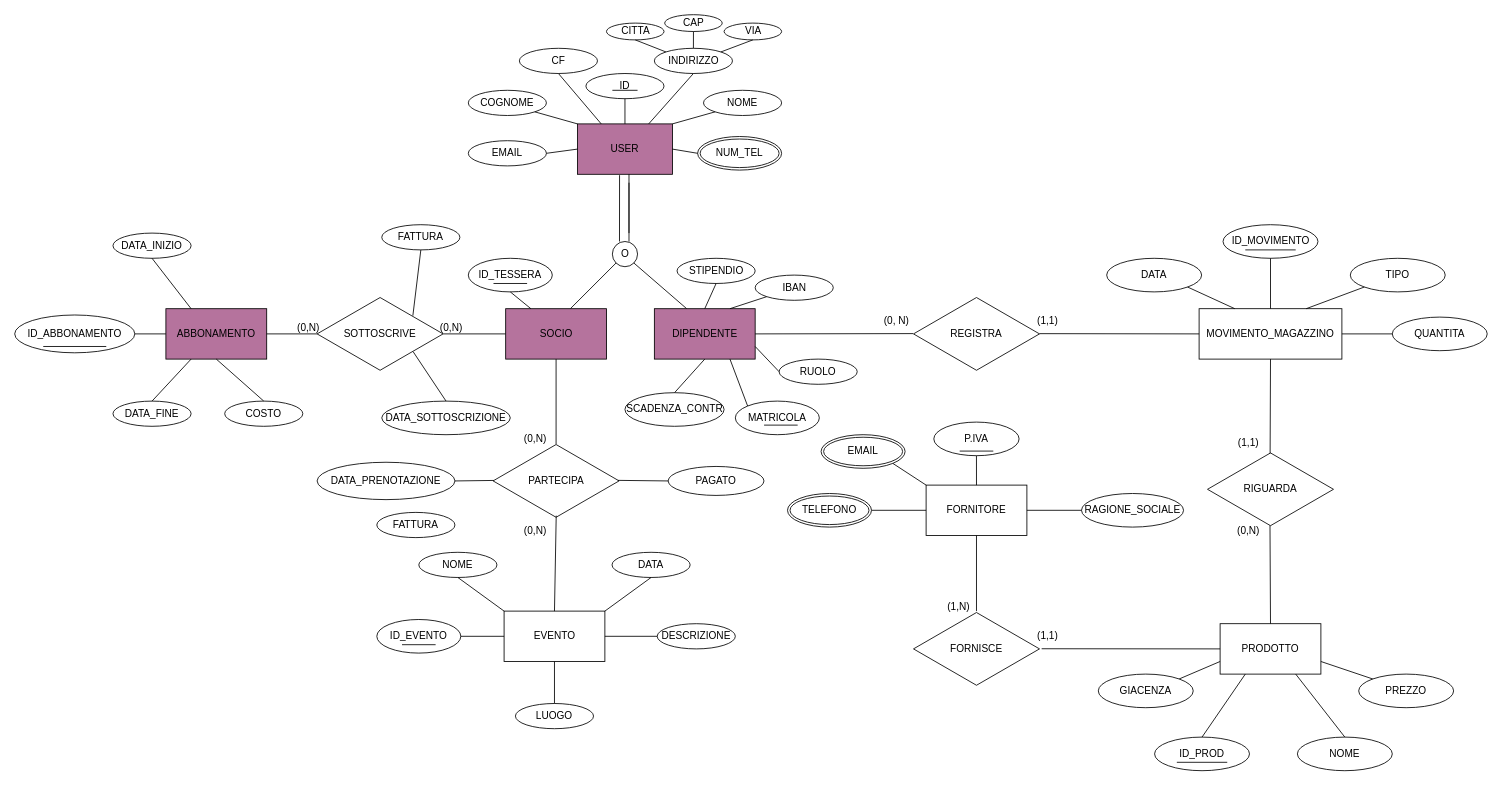
SkarmerBlad/Amet-Project keeps this draw.io diagram as GESTIONALE_AMET.drawio. Above is the earlier version. Source tidied: cells renumbered, new cells numbered last; positions are measured from the earlier drawing's top-left corner, leaving out a move shared by most shapes. Both pictures are drawn from the tidied source at 84%, with x=0, y=0 at pixel (14, 14).
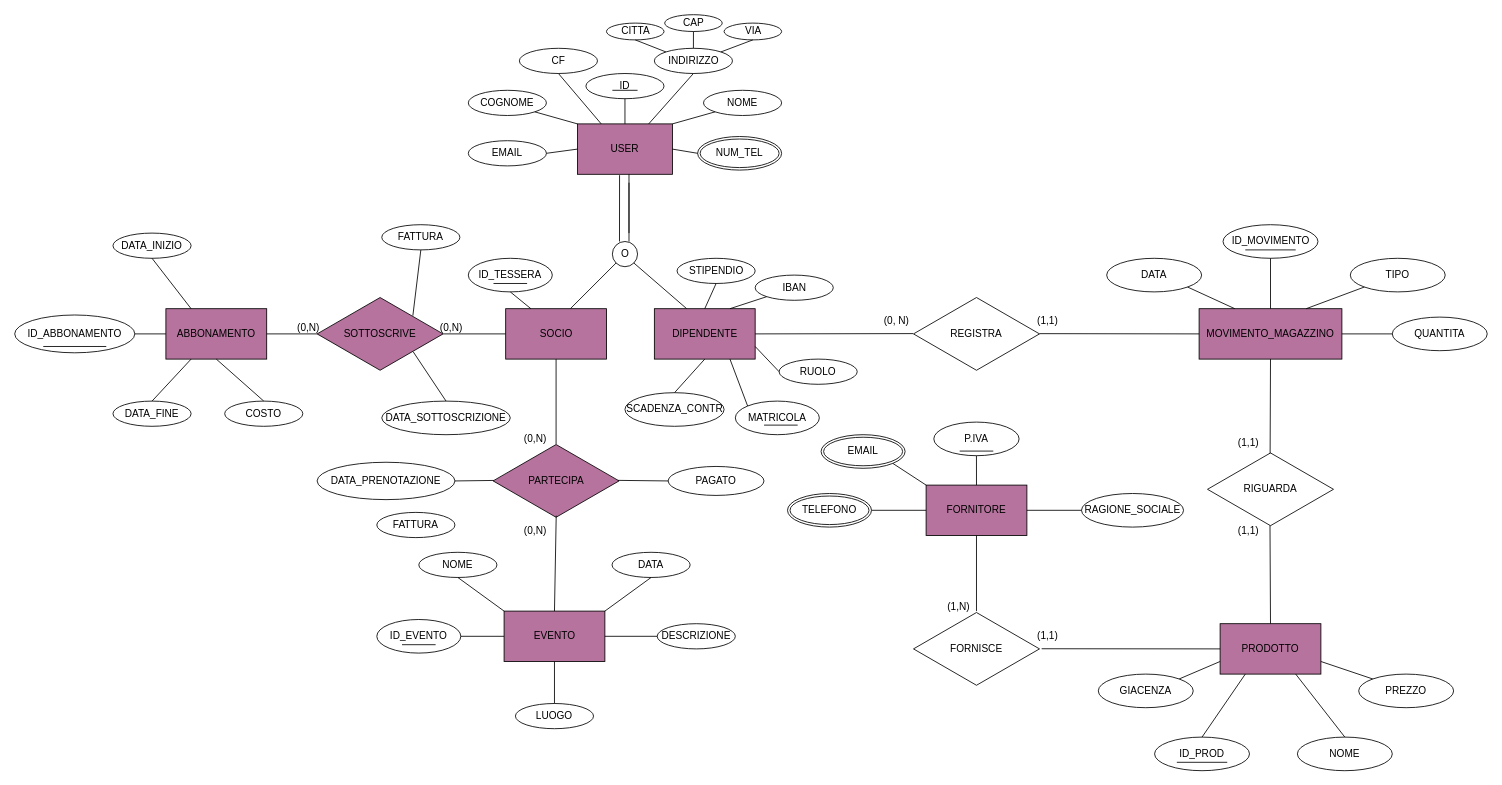
The same page after the edit.

Commit message (it also covers changes not shown here):
finito sql schema er base, da fare query operazioni

Change to the diagram source:
```diff
@@
-    <mxCell id="45" value="SOTTOSCRIVE" style="html=1;whiteSpace=wrap;shape=isoRectangle;" parent="1" vertex="1">
+    <mxCell id="45" value="SOTTOSCRIVE" style="html=1;whiteSpace=wrap;shape=isoRectangle;fillColor=#B5739D;" parent="1" vertex="1">
       <mxGeometry x="360" y="335" width="150" height="90" as="geometry" />
     </mxCell>
@@
-    <mxCell id="63" value="EVENTO" style="whiteSpace=wrap;html=1;" parent="1" vertex="1">
+    <mxCell id="63" value="EVENTO" style="whiteSpace=wrap;html=1;fillColor=#B5739D;" parent="1" vertex="1">
       <mxGeometry x="582.6" y="710" width="120" height="60" as="geometry" />
     </mxCell>
@@
-    <mxCell id="75" value="PARTECIPA" style="html=1;whiteSpace=wrap;shape=isoRectangle;" parent="1" vertex="1">
+    <mxCell id="75" value="PARTECIPA" style="html=1;whiteSpace=wrap;shape=isoRectangle;fillColor=#B5739D;" parent="1" vertex="1">
       <mxGeometry x="569.5" y="510" width="150" height="90" as="geometry" />
     </mxCell>
@@
-    <mxCell id="86" value="MOVIMENTO_MAGAZZINO" style="whiteSpace=wrap;html=1;" parent="1" vertex="1">
+    <mxCell id="86" value="MOVIMENTO_MAGAZZINO" style="whiteSpace=wrap;html=1;fillColor=#B5739D;" parent="1" vertex="1">
       <mxGeometry x="1410" y="350" width="170" height="60" as="geometry" />
     </mxCell>
@@
-    <mxCell id="101" value="PRODOTTO" style="whiteSpace=wrap;html=1;" parent="1" vertex="1">
+    <mxCell id="101" value="PRODOTTO" style="whiteSpace=wrap;html=1;fillColor=#B5739D;" parent="1" vertex="1">
       <mxGeometry x="1435" y="725" width="120" height="60" as="geometry" />
     </mxCell>
@@
-    <mxCell id="114" value="FORNITORE" style="whiteSpace=wrap;html=1;" parent="1" vertex="1">
+    <mxCell id="114" value="FORNITORE" style="whiteSpace=wrap;html=1;fillColor=#B5739D;" parent="1" vertex="1">
       <mxGeometry x="1085" y="560" width="120" height="60" as="geometry" />
     </mxCell>
@@
-    <mxCell id="127" value="(0,N)" style="text;html=1;whiteSpace=wrap;strokeColor=none;fillColor=none;align=center;verticalAlign=middle;rounded=0;" parent="1" vertex="1">
+    <mxCell id="127" value="(1,1)" style="text;html=1;whiteSpace=wrap;strokeColor=none;fillColor=none;align=center;verticalAlign=middle;rounded=0;" parent="1" vertex="1">
       <mxGeometry x="1438.5" y="600" width="60" height="30" as="geometry" />
     </mxCell>
```
